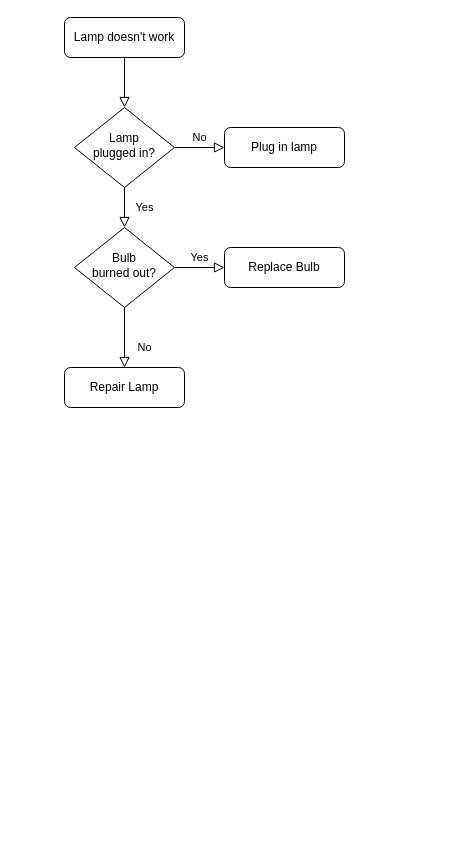
The draw.io diagram Morning Routine.drawio in AtlasNavigator/MorningRoutine, before the edit. Source tidied: cells renumbered, new cells numbered last; positions are measured from the earlier drawing's top-left corner, leaving out a move shared by most shapes. Both pictures are drawn from the tidied source at 100%, with x=0, y=0 at pixel (64, 17).
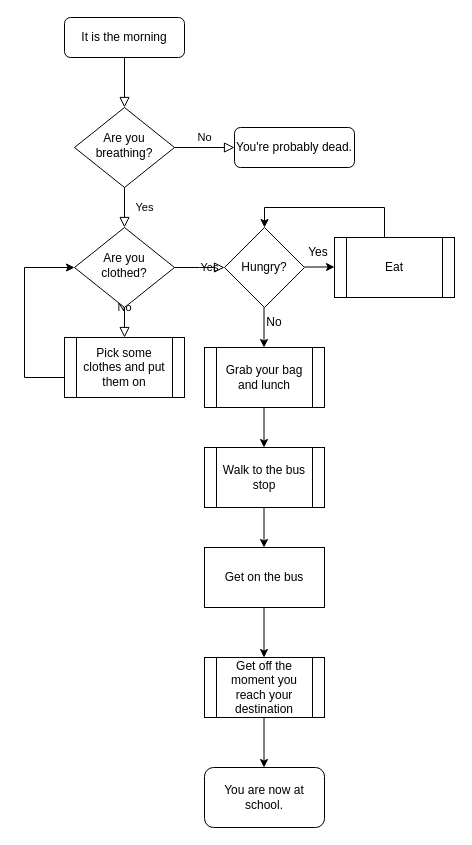
After the change.

Diff of the diagram source:
```diff
@@
-    <mxCell id="3" value="Lamp doesn't work" style="rounded=1;whiteSpace=wrap;html=1;fontSize=12;glass=0;strokeWidth=1;shadow=0;" parent="1" vertex="1">
+    <mxCell id="3" value="It is the morning" style="rounded=1;whiteSpace=wrap;html=1;fontSize=12;glass=0;strokeWidth=1;shadow=0;" parent="1" vertex="1">
       <mxGeometry width="120" height="40" as="geometry" />
     </mxCell>
@@
-    <mxCell id="6" value="Lamp&lt;br&gt;plugged in?" style="rhombus;whiteSpace=wrap;html=1;shadow=0;fontFamily=Helvetica;fontSize=12;align=center;strokeWidth=1;spacing=6;spacingTop=-4;" parent="1" vertex="1">
+    <mxCell id="6" value="Are you breathing?" style="rhombus;whiteSpace=wrap;html=1;shadow=0;fontFamily=Helvetica;fontSize=12;align=center;strokeWidth=1;spacing=6;spacingTop=-4;" parent="1" vertex="1">
       <mxGeometry x="10" y="90" width="100" height="80" as="geometry" />
     </mxCell>
-    <mxCell id="7" value="Plug in lamp" style="rounded=1;whiteSpace=wrap;html=1;fontSize=12;glass=0;strokeWidth=1;shadow=0;" parent="1" vertex="1">
-      <mxGeometry x="160" y="110" width="120" height="40" as="geometry" />
+    <mxCell id="7" value="You're probably dead." style="rounded=1;whiteSpace=wrap;html=1;fontSize=12;glass=0;strokeWidth=1;shadow=0;" parent="1" vertex="1">
+      <mxGeometry x="170" y="110" width="120" height="40" as="geometry" />
     </mxCell>
-    <mxCell id="8" value="No" style="rounded=0;html=1;jettySize=auto;fontSize=11;endArrow=block;endFill=0;endSize=8;strokeWidth=1;shadow=0;labelBackgroundColor=none;edgeStyle=orthogonalEdgeStyle;" parent="1" edge="1" source="10" target="11">
-      <mxGeometry x="0.33" y="20" relative="1" as="geometry" />
+    <mxCell id="8" value="No" style="rounded=0;html=1;jettySize=auto;fontSize=11;endArrow=block;endFill=0;endSize=8;strokeWidth=1;shadow=0;labelBackgroundColor=none;edgeStyle=orthogonalEdgeStyle;" parent="1" edge="1" source="10">
+      <mxGeometry x="0.33" y="20" relative="1" as="geometry">
+        <mxPoint x="60" y="320" as="targetPoint" />
+      </mxGeometry>
     </mxCell>
-    <mxCell id="9" value="Yes" style="edgeStyle=orthogonalEdgeStyle;rounded=0;html=1;jettySize=auto;fontSize=11;endArrow=block;endFill=0;endSize=8;strokeWidth=1;shadow=0;labelBackgroundColor=none;" parent="1" edge="1" source="10" target="12">
-      <mxGeometry y="10" relative="1" as="geometry" />
+    <mxCell id="9" value="Yes" style="edgeStyle=orthogonalEdgeStyle;rounded=0;html=1;jettySize=auto;fontSize=11;endArrow=block;endFill=0;endSize=8;strokeWidth=1;shadow=0;labelBackgroundColor=none;" parent="1" edge="1" source="10">
+      <mxGeometry y="10" relative="1" as="geometry">
+        <mxPoint x="160" y="250" as="targetPoint" />
+      </mxGeometry>
     </mxCell>
-    <mxCell id="10" value="Bulb&lt;br&gt;burned out?" style="rhombus;whiteSpace=wrap;html=1;shadow=0;fontFamily=Helvetica;fontSize=12;align=center;strokeWidth=1;spacing=6;spacingTop=-4;" parent="1" vertex="1">
+    <mxCell id="10" value="Are you clothed?" style="rhombus;whiteSpace=wrap;html=1;shadow=0;fontFamily=Helvetica;fontSize=12;align=center;strokeWidth=1;spacing=6;spacingTop=-4;" parent="1" vertex="1">
       <mxGeometry x="10" y="210" width="100" height="80" as="geometry" />
     </mxCell>
-    <mxCell id="11" value="Repair Lamp" style="rounded=1;whiteSpace=wrap;html=1;fontSize=12;glass=0;strokeWidth=1;shadow=0;" parent="1" vertex="1">
-      <mxGeometry y="350" width="120" height="40" as="geometry" />
-    </mxCell>
-    <mxCell id="12" value="Replace Bulb" style="rounded=1;whiteSpace=wrap;html=1;fontSize=12;glass=0;strokeWidth=1;shadow=0;" parent="1" vertex="1">
-      <mxGeometry x="160" y="230" width="120" height="40" as="geometry" />
-    </mxCell>
+    <mxCell id="13" value="Pick some clothes and put them on" style="shape=process;whiteSpace=wrap;html=1;backgroundOutline=1;" parent="1" vertex="1">
+      <mxGeometry y="320" width="120" height="60" as="geometry" />
+    </mxCell>
+    <mxCell id="14" value="Hungry?" style="rhombus;whiteSpace=wrap;html=1;" parent="1" vertex="1">
+      <mxGeometry x="160" y="210" width="80" height="80" as="geometry" />
+    </mxCell>
+    <mxCell id="15" style="endArrow=classic;html=1;rounded=0;" parent="1" edge="1" target="10">
+      <mxGeometry relative="1" as="geometry">
+        <mxPoint y="360" as="sourcePoint" />
+        <Array as="points">
+          <mxPoint x="-40" y="360" />
+          <mxPoint x="-40" y="250" />
+        </Array>
+      </mxGeometry>
+    </mxCell>
+    <mxCell id="16" style="endArrow=classic;html=1;rounded=0;" parent="1" edge="1">
+      <mxGeometry relative="1" as="geometry">
+        <mxPoint x="199.5" y="290" as="sourcePoint" />
+        <mxPoint x="199.5" y="330" as="targetPoint" />
+      </mxGeometry>
+    </mxCell>
+    <mxCell id="17" style="endArrow=classic;html=1;rounded=0;" parent="1" edge="1">
+      <mxGeometry relative="1" as="geometry">
+        <mxPoint x="240" y="249.5" as="sourcePoint" />
+        <mxPoint x="270" y="249.5" as="targetPoint" />
+      </mxGeometry>
+    </mxCell>
+    <mxCell id="18" value="Yes" style="text;html=1;strokeColor=none;fillColor=none;align=center;verticalAlign=middle;whiteSpace=wrap;rounded=0;" parent="1" vertex="1">
+      <mxGeometry x="224" y="220" width="60" height="30" as="geometry" />
+    </mxCell>
+    <mxCell id="19" value="Eat" style="shape=process;whiteSpace=wrap;html=1;backgroundOutline=1;" parent="1" vertex="1">
+      <mxGeometry x="270" y="220" width="120" height="60" as="geometry" />
+    </mxCell>
+    <mxCell id="20" value="No" style="text;html=1;strokeColor=none;fillColor=none;align=center;verticalAlign=middle;whiteSpace=wrap;rounded=0;" parent="1" vertex="1">
+      <mxGeometry x="180" y="290" width="60" height="30" as="geometry" />
+    </mxCell>
+    <mxCell id="21" style="endArrow=classic;html=1;rounded=0;" parent="1" edge="1">
+      <mxGeometry relative="1" as="geometry">
+        <mxPoint x="320" y="220" as="sourcePoint" />
+        <mxPoint x="200" y="210" as="targetPoint" />
+        <Array as="points">
+          <mxPoint x="320" y="190" />
+          <mxPoint x="200" y="190" />
+        </Array>
+      </mxGeometry>
+    </mxCell>
+    <mxCell id="22" value="Grab your bag and lunch" style="shape=process;whiteSpace=wrap;html=1;backgroundOutline=1;" parent="1" vertex="1">
+      <mxGeometry x="140" y="330" width="120" height="60" as="geometry" />
+    </mxCell>
+    <mxCell id="23" style="endArrow=classic;html=1;rounded=0;" parent="1" edge="1">
+      <mxGeometry relative="1" as="geometry">
+        <mxPoint x="199.5" y="390" as="sourcePoint" />
+        <mxPoint x="199.5" y="430" as="targetPoint" />
+      </mxGeometry>
+    </mxCell>
+    <mxCell id="24" value="Walk to the bus stop" style="shape=process;whiteSpace=wrap;html=1;backgroundOutline=1;" parent="1" vertex="1">
+      <mxGeometry x="140" y="430" width="120" height="60" as="geometry" />
+    </mxCell>
+    <mxCell id="25" value="Get on the bus" style="rounded=0;whiteSpace=wrap;html=1;" parent="1" vertex="1">
+      <mxGeometry x="140" y="530" width="120" height="60" as="geometry" />
+    </mxCell>
+    <mxCell id="26" style="endArrow=classic;html=1;rounded=0;" parent="1" edge="1">
+      <mxGeometry relative="1" as="geometry">
+        <mxPoint x="199.5" y="490" as="sourcePoint" />
+        <mxPoint x="199.5" y="530" as="targetPoint" />
+      </mxGeometry>
+    </mxCell>
+    <mxCell id="27" style="endArrow=classic;html=1;rounded=0;" parent="1" edge="1">
+      <mxGeometry relative="1" as="geometry">
+        <mxPoint x="199.5" y="590" as="sourcePoint" />
+        <mxPoint x="199.5" y="640" as="targetPoint" />
+        <Array as="points">
+          <mxPoint x="199.5" y="640" />
+        </Array>
+      </mxGeometry>
+    </mxCell>
+    <mxCell id="28" value="Get off the moment you reach your destination" style="shape=process;whiteSpace=wrap;html=1;backgroundOutline=1;" parent="1" vertex="1">
+      <mxGeometry x="140" y="640" width="120" height="60" as="geometry" />
+    </mxCell>
+    <mxCell id="29" value="You are now at school." style="rounded=1;whiteSpace=wrap;html=1;" parent="1" vertex="1">
+      <mxGeometry x="140" y="750" width="120" height="60" as="geometry" />
+    </mxCell>
+    <mxCell id="30" style="endArrow=classic;html=1;rounded=0;" parent="1" edge="1">
+      <mxGeometry relative="1" as="geometry">
+        <mxPoint x="199.5" y="700" as="sourcePoint" />
+        <mxPoint x="199.5" y="750" as="targetPoint" />
+      </mxGeometry>
+    </mxCell>
```
